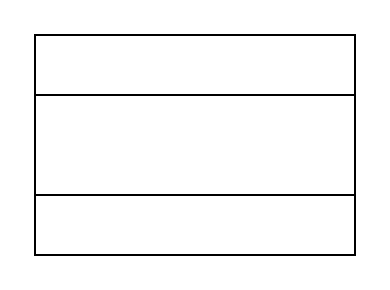
This is lógico.drawio from Thiago163/api_sistema_trienal, a draw.io file, before an edit. Source tidied: cells renumbered, new cells numbered last; positions are measured from the earlier drawing's top-left corner, leaving out a move shared by most shapes. Both pictures are drawn from the tidied source at 200%, with x=0, y=0 at pixel (34, 34).
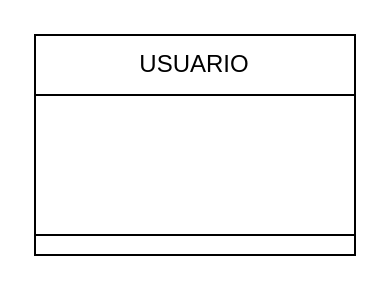
The same diagram, later.

The edit, as a diff of the source:
```diff
@@
 <mxGraphModel>
   <root>
     <mxCell id="0" />
     <mxCell id="1" parent="0" />
     <mxCell id="2" style="rounded=0;whiteSpace=wrap;html=1;" parent="1" vertex="1">
       <mxGeometry width="160" height="110" as="geometry" />
     </mxCell>
-    <mxCell id="3" style="rounded=0;whiteSpace=wrap;html=1;" parent="1" vertex="1">
+    <mxCell id="3" value="USUARIO" style="rounded=0;whiteSpace=wrap;html=1;" parent="1" vertex="1">
       <mxGeometry width="160" height="30" as="geometry" />
     </mxCell>
     <mxCell id="4" style="rounded=0;whiteSpace=wrap;html=1;" parent="1" vertex="1">
-      <mxGeometry y="30" width="160" height="50" as="geometry" />
+      <mxGeometry y="30" width="160" height="70" as="geometry" />
     </mxCell>
   </root>
 </mxGraphModel>
```
